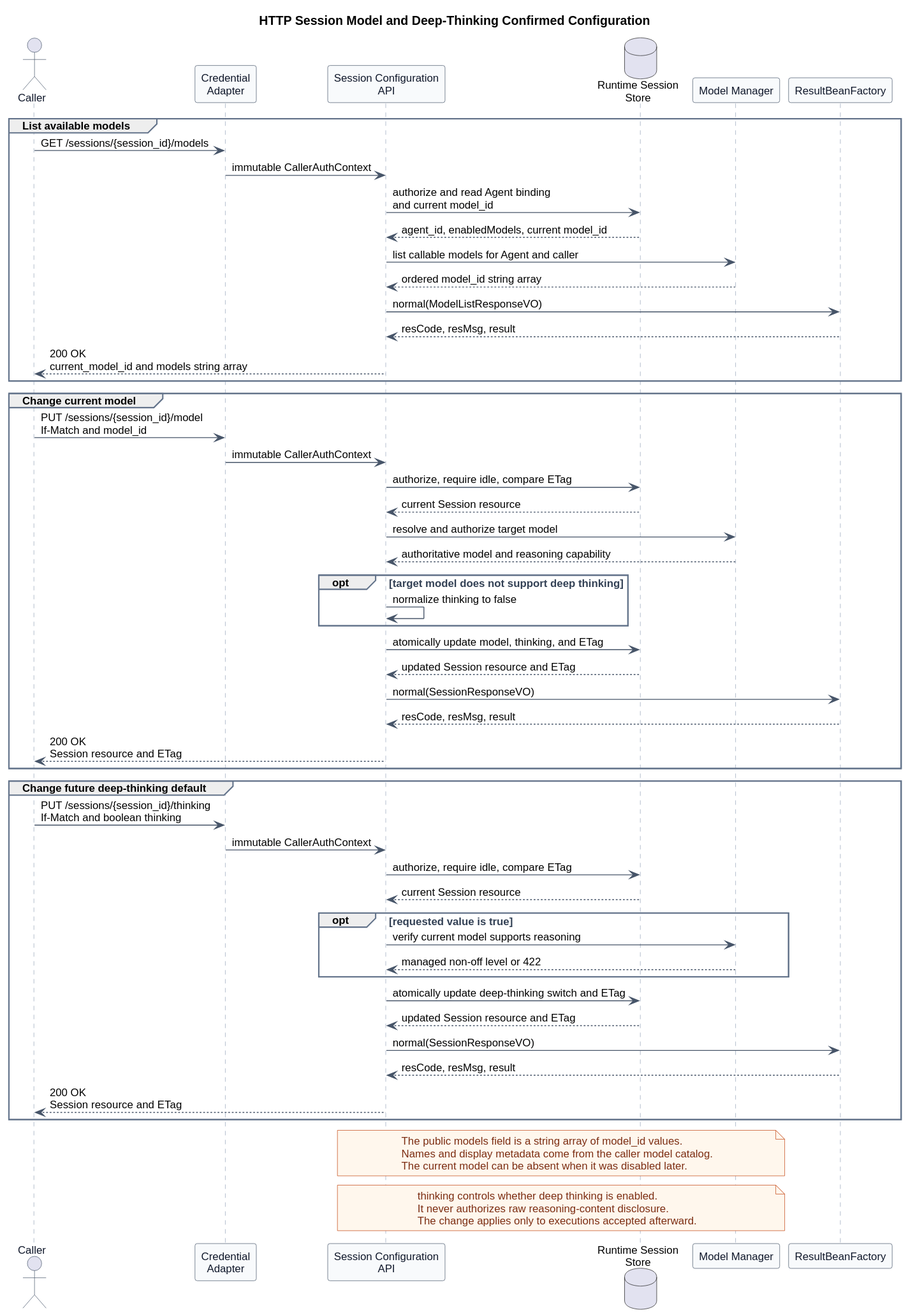
ssm0808/pi-mono-java-design keeps this PlantUML diagram as pi-mono-java-manager-driven-multi-agent-runtime/http_session_model_configuration.svg. Above is the earlier version. The source it was exported from:
```plantuml
@startuml
title HTTP Session Model and Deep-Thinking Confirmed Configuration


skinparam backgroundColor #FFFFFF
skinparam shadowing false
skinparam defaultFontName Arial
skinparam defaultFontSize 12
skinparam sequence {
  ArrowColor #475569
  ActorBorderColor #475569
  ActorFontColor #0F172A
  LifeLineBorderColor #94A3B8
  LifeLineBackgroundColor #F8FAFC
  ParticipantBorderColor #475569
  ParticipantBackgroundColor #F8FAFC
  ParticipantFontColor #0F172A
  GroupBorderColor #64748B
  GroupFontColor #334155
}
skinparam note {
  BackgroundColor #FFF7ED
  BorderColor #C2410C
  FontColor #7C2D12
}

actor Caller
participant "Credential\nAdapter" as Auth
participant "Session Configuration\nAPI" as API
database "Runtime Session\nStore" as Store
participant "Model Manager" as Models
participant ResultBeanFactory

group List available models
  Caller -> Auth : GET /sessions/{session_id}/models
  Auth -> API : immutable CallerAuthContext
  API -> Store : authorize and read Agent binding\nand current model_id
  Store --> API : agent_id, enabledModels, current model_id
  API -> Models : list callable models for Agent and caller
  Models --> API : ordered model_id string array
  API -> ResultBeanFactory : normal(ModelListResponseVO)
  ResultBeanFactory --> API : resCode, resMsg, result
  API --> Caller : 200 OK\ncurrent_model_id and models string array
end

group Change current model
  Caller -> Auth : PUT /sessions/{session_id}/model\nIf-Match and model_id
  Auth -> API : immutable CallerAuthContext
  API -> Store : authorize, require idle, compare ETag
  Store --> API : current Session resource
  API -> Models : resolve and authorize target model
  Models --> API : authoritative model and reasoning capability
  opt target model does not support deep thinking
    API -> API : normalize thinking to false
  end
  API -> Store : atomically update model, thinking, and ETag
  Store --> API : updated Session resource and ETag
  API -> ResultBeanFactory : normal(SessionResponseVO)
  ResultBeanFactory --> API : resCode, resMsg, result
  API --> Caller : 200 OK\nSession resource and ETag
end

group Change future deep-thinking default
  Caller -> Auth : PUT /sessions/{session_id}/thinking\nIf-Match and boolean thinking
  Auth -> API : immutable CallerAuthContext
  API -> Store : authorize, require idle, compare ETag
  Store --> API : current Session resource
  opt requested value is true
    API -> Models : verify current model supports reasoning
    Models --> API : managed non-off level or 422
  end
  API -> Store : atomically update deep-thinking switch and ETag
  Store --> API : updated Session resource and ETag
  API -> ResultBeanFactory : normal(SessionResponseVO)
  ResultBeanFactory --> API : resCode, resMsg, result
  API --> Caller : 200 OK\nSession resource and ETag
end

note over API,Models
The public models field is a string array of model_id values.
Names and display metadata come from the caller model catalog.
The current model can be absent when it was disabled later.
end note

note over API,Models
thinking controls whether deep thinking is enabled.
It never authorizes raw reasoning-content disclosure.
The change applies only to executions accepted afterward.
end note
@enduml
```
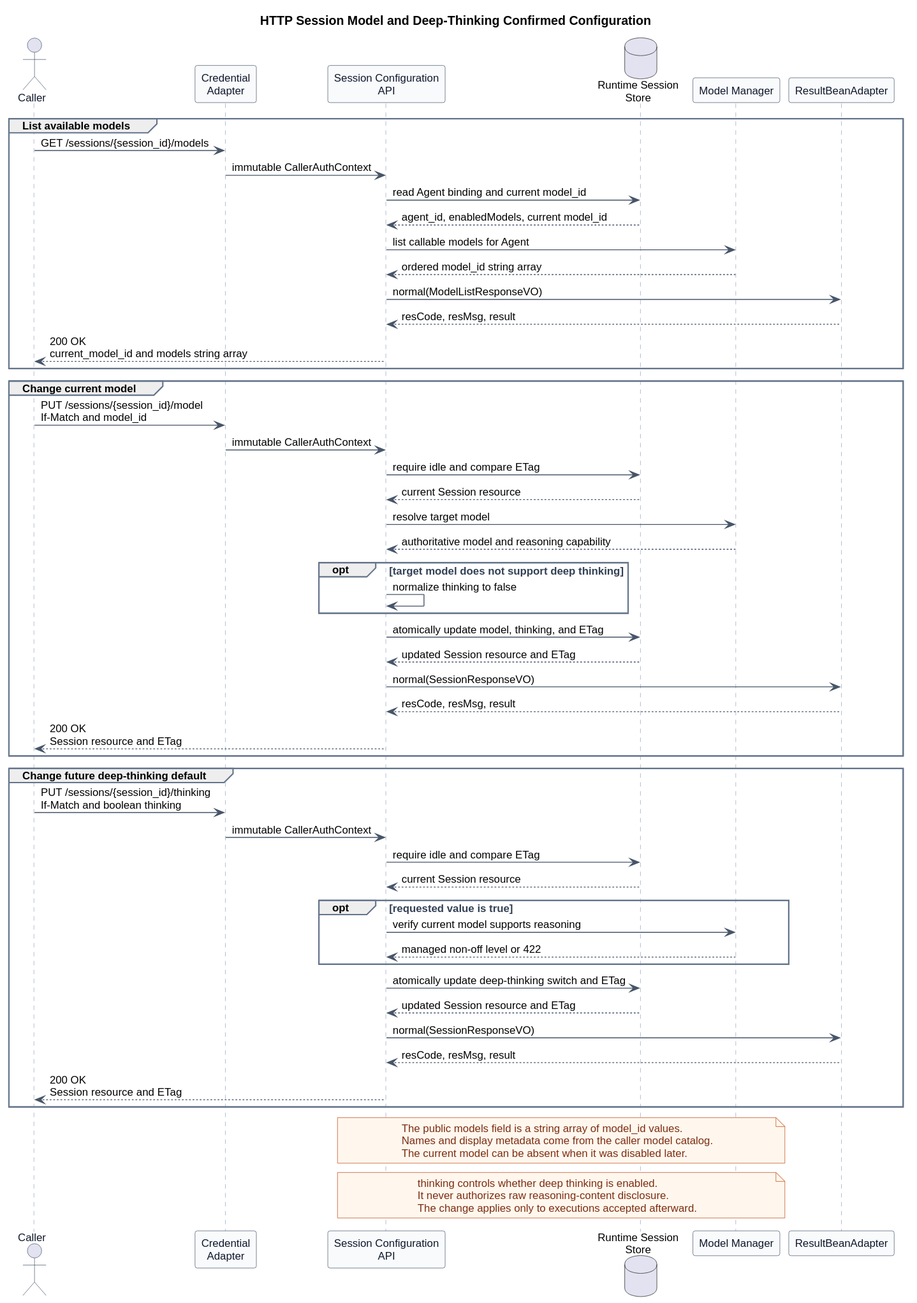
After the change.

Diff of the diagram source:
```diff
@@ -29,41 +29,41 @@
 participant "Session Configuration\nAPI" as API
 database "Runtime Session\nStore" as Store
 participant "Model Manager" as Models
-participant ResultBeanFactory
+participant ResultBeanAdapter
 
 group List available models
   Caller -> Auth : GET /sessions/{session_id}/models
   Auth -> API : immutable CallerAuthContext
-  API -> Store : authorize and read Agent binding\nand current model_id
+  API -> Store : read Agent binding and current model_id
   Store --> API : agent_id, enabledModels, current model_id
-  API -> Models : list callable models for Agent and caller
+  API -> Models : list callable models for Agent
   Models --> API : ordered model_id string array
-  API -> ResultBeanFactory : normal(ModelListResponseVO)
-  ResultBeanFactory --> API : resCode, resMsg, result
+  API -> ResultBeanAdapter : normal(ModelListResponseVO)
+  ResultBeanAdapter --> API : resCode, resMsg, result
   API --> Caller : 200 OK\ncurrent_model_id and models string array
 end
 
 group Change current model
   Caller -> Auth : PUT /sessions/{session_id}/model\nIf-Match and model_id
   Auth -> API : immutable CallerAuthContext
-  API -> Store : authorize, require idle, compare ETag
+  API -> Store : require idle and compare ETag
   Store --> API : current Session resource
-  API -> Models : resolve and authorize target model
+  API -> Models : resolve target model
   Models --> API : authoritative model and reasoning capability
   opt target model does not support deep thinking
     API -> API : normalize thinking to false
   end
   API -> Store : atomically update model, thinking, and ETag
   Store --> API : updated Session resource and ETag
-  API -> ResultBeanFactory : normal(SessionResponseVO)
-  ResultBeanFactory --> API : resCode, resMsg, result
+  API -> ResultBeanAdapter : normal(SessionResponseVO)
+  ResultBeanAdapter --> API : resCode, resMsg, result
   API --> Caller : 200 OK\nSession resource and ETag
 end
 
 group Change future deep-thinking default
   Caller -> Auth : PUT /sessions/{session_id}/thinking\nIf-Match and boolean thinking
   Auth -> API : immutable CallerAuthContext
-  API -> Store : authorize, require idle, compare ETag
+  API -> Store : require idle and compare ETag
   Store --> API : current Session resource
   opt requested value is true
     API -> Models : verify current model supports reasoning
@@ -71,8 +71,8 @@
   end
   API -> Store : atomically update deep-thinking switch and ETag
   Store --> API : updated Session resource and ETag
-  API -> ResultBeanFactory : normal(SessionResponseVO)
-  ResultBeanFactory --> API : resCode, resMsg, result
+  API -> ResultBeanAdapter : normal(SessionResponseVO)
+  ResultBeanAdapter --> API : resCode, resMsg, result
   API --> Caller : 200 OK\nSession resource and ETag
 end
 
```
